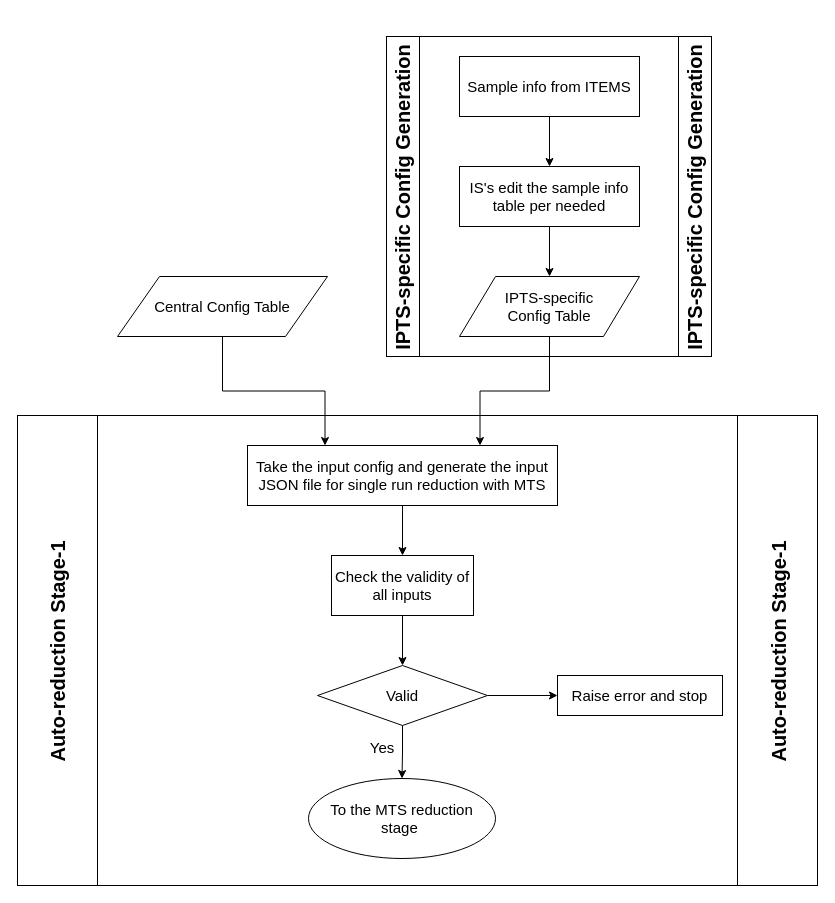
Earlier version of the draw.io diagram Dev/2023/MTS/Auto_config.dio (Kvieta1990/Working_Proj). Source tidied: cells renumbered, new cells numbered last; positions are measured from the earlier drawing's top-left corner, leaving out a move shared by most shapes. Both pictures are drawn from the tidied source at 100%, with x=0, y=0 at pixel (-78, 36).
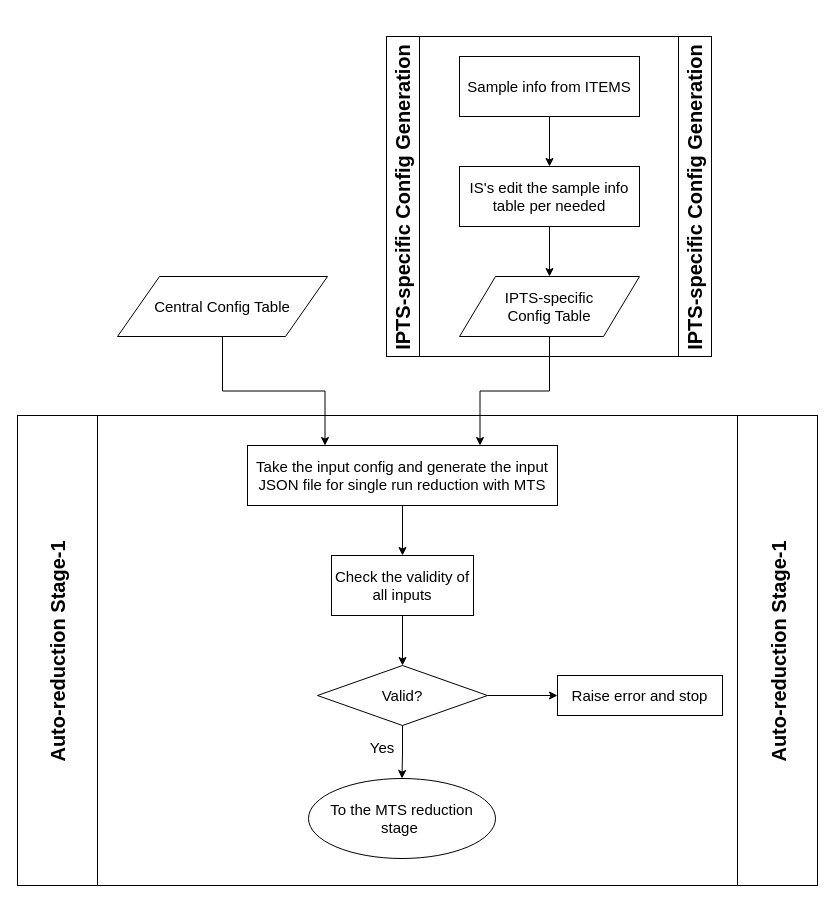
The same diagram, later.

What changed in the source:
```diff
@@
-    <mxCell id="17" value="&lt;font style=&quot;font-size: 15px&quot;&gt;Valid&lt;/font&gt;" style="rhombus;whiteSpace=wrap;html=1;" parent="1" vertex="1">
+    <mxCell id="17" value="&lt;font style=&quot;font-size: 15px&quot;&gt;Valid?&lt;/font&gt;" style="rhombus;whiteSpace=wrap;html=1;" parent="1" vertex="1">
       <mxGeometry x="395" y="629" width="170" height="60" as="geometry" />
     </mxCell>
```
